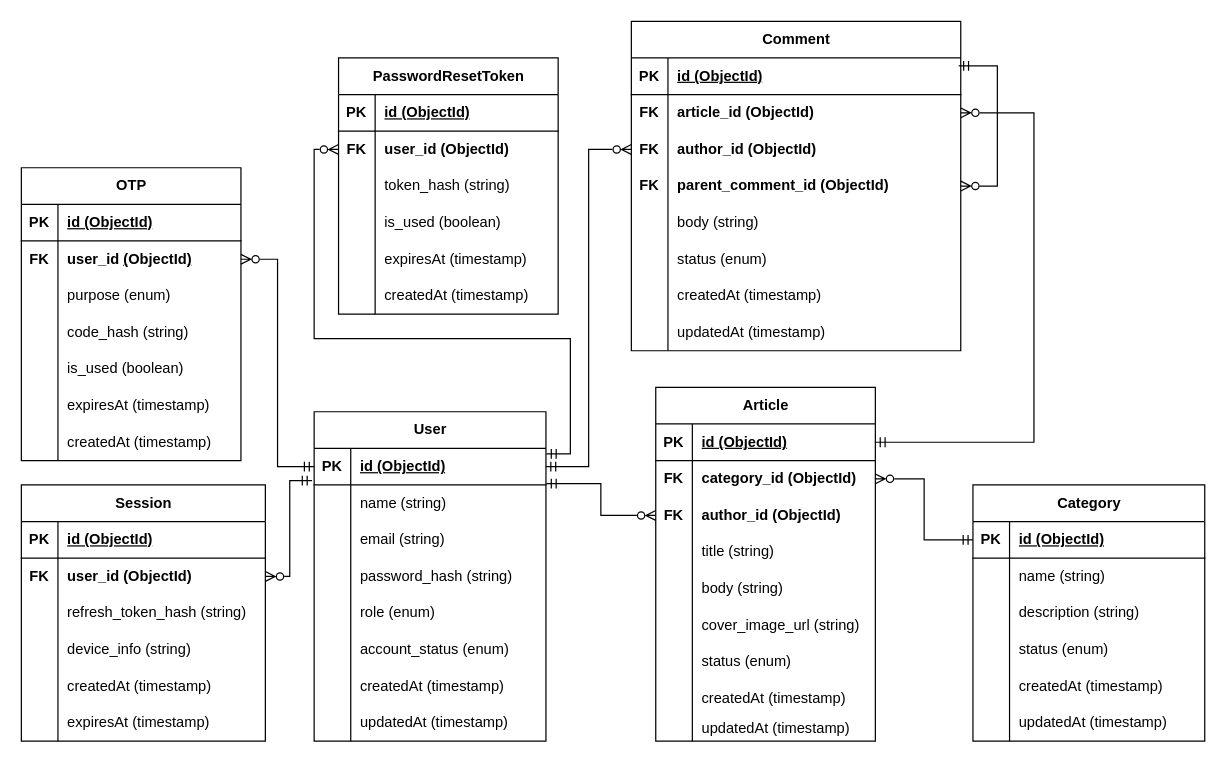
Before: docs/database/ER Diagram.drawio in ihsiam/Blog_Management_System, a draw.io diagram. Source tidied: cells renumbered, new cells numbered last; positions are measured from the earlier drawing's top-left corner, leaving out a move shared by most shapes. Both pictures are drawn from the tidied source at 122%, with x=0, y=0 at pixel (21, 21).
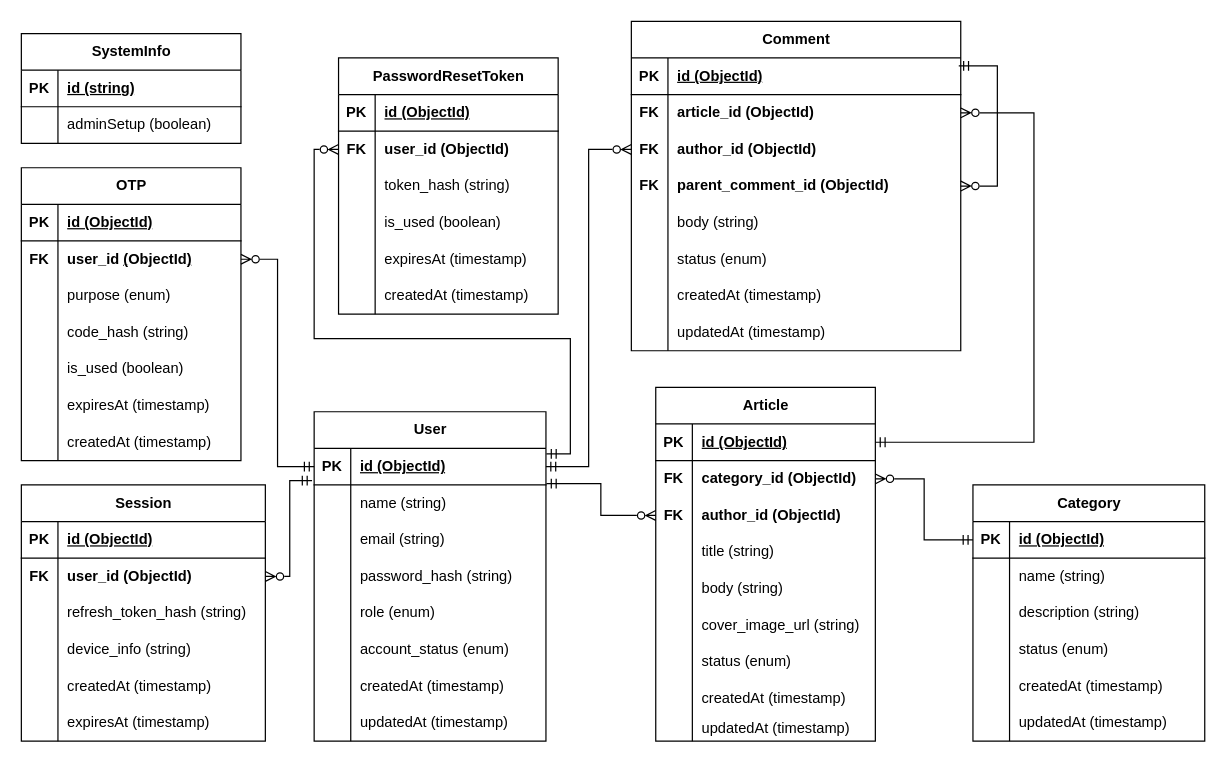
The same page after the edit.

Diff of the diagram source:
```diff
@@
+    <mxCell id="168" value="SystemInfo" style="shape=table;startSize=30;childLayout=tableLayout;rowLines=0;fontStyle=1;align=center;html=1;" parent="1" vertex="1">
+      <mxGeometry y="10" width="180" height="90" as="geometry" />
+    </mxCell>
+    <mxCell id="169" style="shape=tableRow;horizontal=0;startSize=0;swimlaneHead=0;swimlaneBody=0;fillColor=none;top=0;left=0;right=0;bottom=1;" parent="168" vertex="1">
+      <mxGeometry y="30" width="180" height="30" as="geometry" />
+    </mxCell>
+    <mxCell id="170" value="PK" style="shape=partialRectangle;fillColor=none;top=0;left=0;bottom=0;right=0;fontStyle=1;overflow=hidden;whiteSpace=wrap;html=1;" parent="169" vertex="1">
+      <mxGeometry width="30" height="30" as="geometry" />
+    </mxCell>
+    <mxCell id="171" value="id (string)" style="shape=partialRectangle;fillColor=none;top=0;left=0;bottom=0;right=0;align=left;spacingLeft=6;fontStyle=5;overflow=hidden;whiteSpace=wrap;html=1;" parent="169" vertex="1">
+      <mxGeometry x="30" width="150" height="30" as="geometry" />
+    </mxCell>
+    <mxCell id="172" style="shape=tableRow;horizontal=0;startSize=0;swimlaneHead=0;swimlaneBody=0;fillColor=none;top=0;left=0;right=0;bottom=0;" parent="168" vertex="1">
+      <mxGeometry y="60" width="180" height="30" as="geometry" />
+    </mxCell>
+    <mxCell id="173" style="shape=partialRectangle;fillColor=none;top=0;left=0;bottom=0;right=0;overflow=hidden;whiteSpace=wrap;html=1;" parent="172" vertex="1">
+      <mxGeometry width="30" height="30" as="geometry" />
+    </mxCell>
+    <mxCell id="174" value="adminSetup (boolean)" style="shape=partialRectangle;fillColor=none;top=0;left=0;bottom=0;right=0;align=left;spacingLeft=6;overflow=hidden;whiteSpace=wrap;html=1;" parent="172" vertex="1">
+      <mxGeometry x="30" width="150" height="30" as="geometry" />
+    </mxCell>
```
